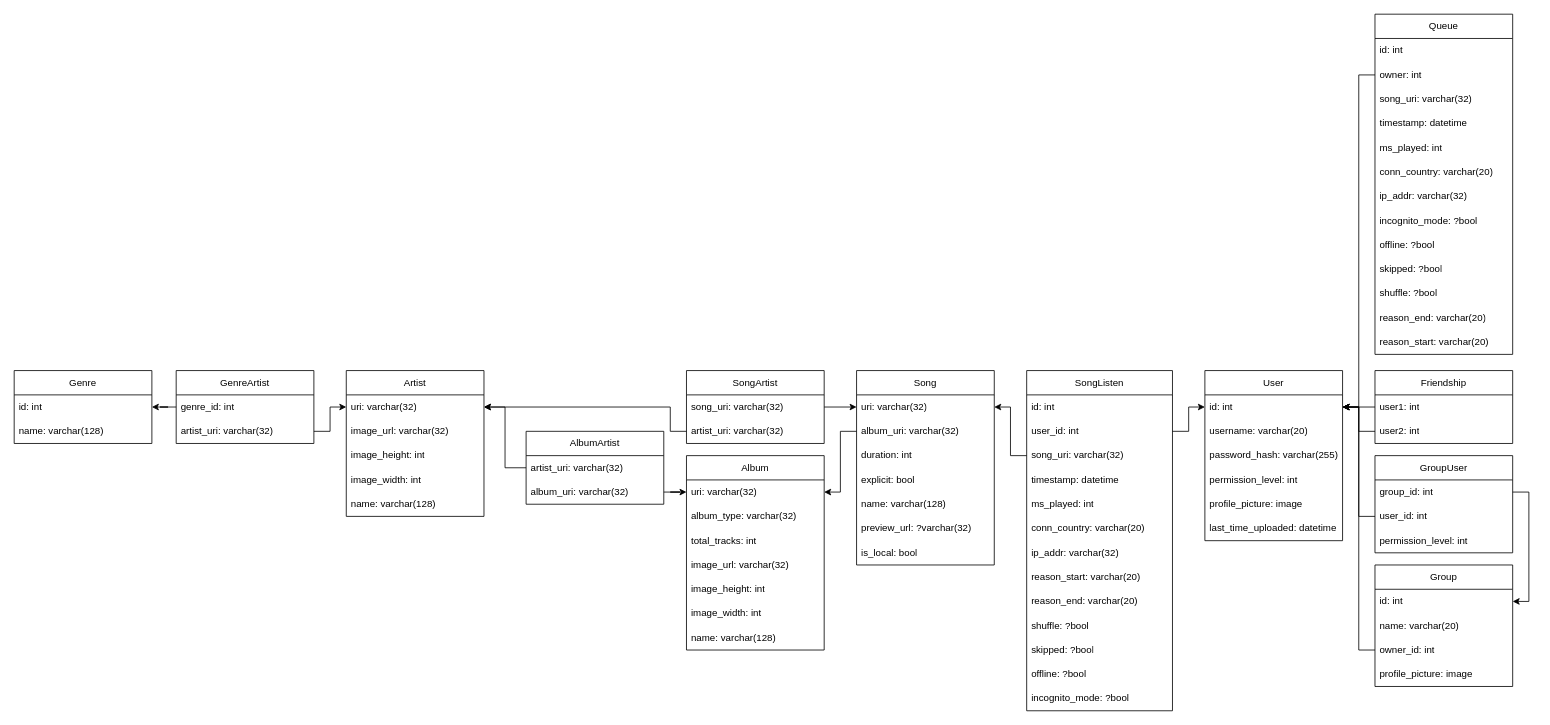
The draw.io diagram drawio/database.drawio in Zancmok/AdvancedSpotifyDataAnalyzer, before the edit. Source tidied: cells renumbered, new cells numbered last; positions are measured from the earlier drawing's top-left corner, leaving out a move shared by most shapes. Both pictures are drawn from the tidied source at 81%, with x=0, y=0 at pixel (14, 14).
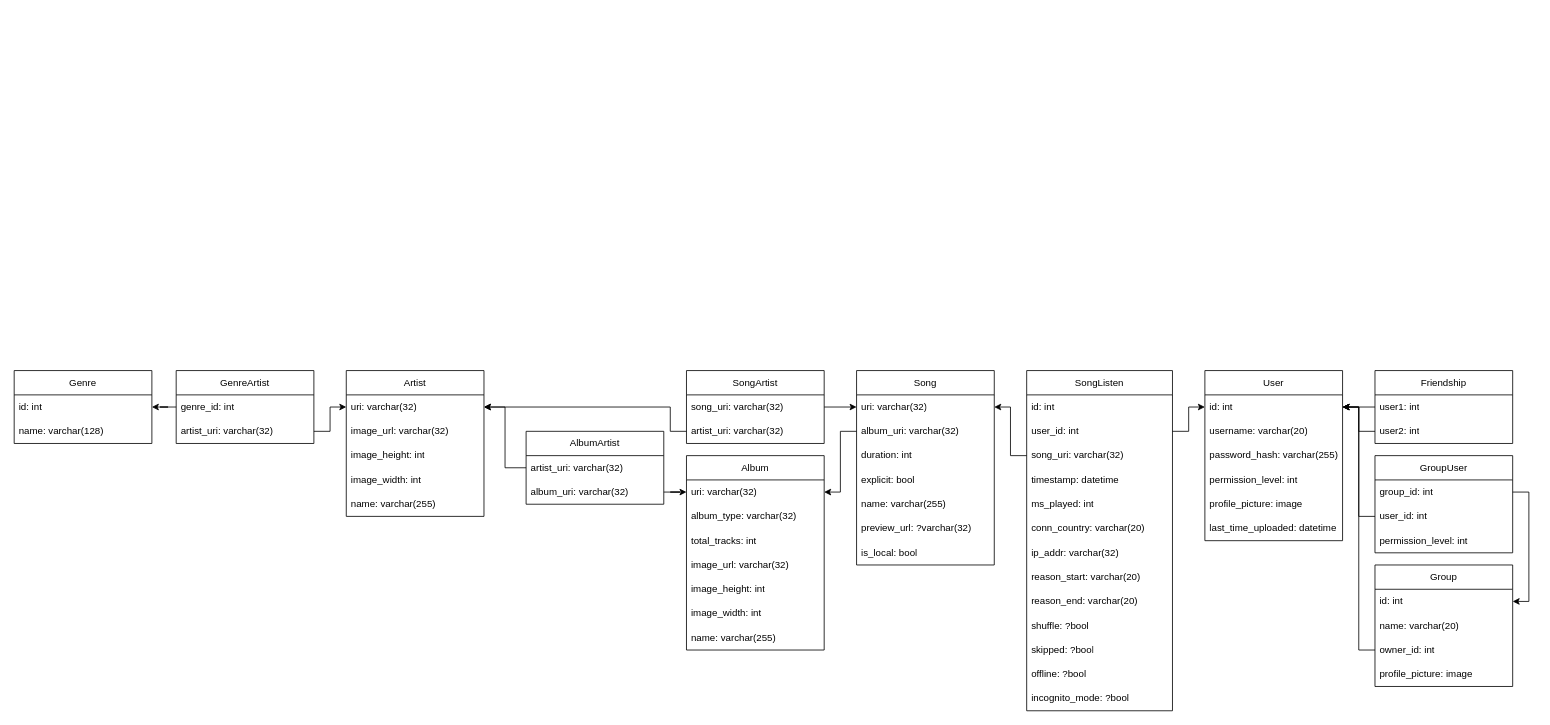
The same diagram, later.

Unchanged cells that the change refers to:
```xml
<mxCell id="3" value="id: int" style="text;strokeColor=none;fillColor=none;align=left;verticalAlign=middle;spacingLeft=4;spacingRight=4;overflow=hidden;points=[[0,0.5],[1,0.5]];portConstraint=eastwest;whiteSpace=wrap;html=1;" parent="2" vertex="1">
  <mxGeometry y="30" width="170" height="30" as="geometry" />
</mxCell>
<mxCell id="24" value="Song" style="swimlane;fontStyle=0;horizontal=1;startSize=30;whiteSpace=wrap;html=1;" parent="1" vertex="1">
  <mxGeometry x="1040" y="440" width="170" height="240" as="geometry" />
</mxCell>
<mxCell id="33" value="Album" style="swimlane;fontStyle=0;horizontal=1;startSize=30;whiteSpace=wrap;html=1;" parent="1" vertex="1">
  <mxGeometry x="830" y="545" width="170" height="240" as="geometry" />
</mxCell>
<mxCell id="42" value="Artist" style="swimlane;fontStyle=0;horizontal=1;startSize=30;whiteSpace=wrap;html=1;" parent="1" vertex="1">
  <mxGeometry x="410" y="440" width="170" height="180" as="geometry" />
</mxCell>
```

What changed in the source:
```diff
@@
-    <mxCell id="29" value="name: varchar(128)" style="text;strokeColor=none;fillColor=none;align=left;verticalAlign=middle;spacingLeft=4;spacingRight=4;overflow=hidden;whiteSpace=wrap;html=1;" parent="24" vertex="1">
+    <mxCell id="29" value="name: varchar(255)" style="text;strokeColor=none;fillColor=none;align=left;verticalAlign=middle;spacingLeft=4;spacingRight=4;overflow=hidden;whiteSpace=wrap;html=1;" parent="24" vertex="1">
       <mxGeometry y="150" width="170" height="30" as="geometry" />
     </mxCell>
@@
-    <mxCell id="40" value="name: varchar(128)" style="text;strokeColor=none;fillColor=none;align=left;verticalAlign=middle;spacingLeft=4;spacingRight=4;overflow=hidden;whiteSpace=wrap;html=1;" parent="33" vertex="1">
+    <mxCell id="40" value="name: varchar(255)" style="text;strokeColor=none;fillColor=none;align=left;verticalAlign=middle;spacingLeft=4;spacingRight=4;overflow=hidden;whiteSpace=wrap;html=1;" parent="33" vertex="1">
       <mxGeometry y="210" width="170" height="30" as="geometry" />
     </mxCell>
@@
-    <mxCell id="47" value="name: varchar(128)" style="text;strokeColor=none;fillColor=none;align=left;verticalAlign=middle;spacingLeft=4;spacingRight=4;overflow=hidden;whiteSpace=wrap;html=1;" parent="42" vertex="1">
+    <mxCell id="47" value="name: varchar(255)" style="text;strokeColor=none;fillColor=none;align=left;verticalAlign=middle;spacingLeft=4;spacingRight=4;overflow=hidden;whiteSpace=wrap;html=1;" parent="42" vertex="1">
       <mxGeometry y="150" width="170" height="30" as="geometry" />
     </mxCell>
@@
-    <mxCell id="82" value="Queue" style="swimlane;fontStyle=0;horizontal=1;startSize=30;whiteSpace=wrap;html=1;" parent="1" vertex="1">
-      <mxGeometry x="1680" width="170" height="420" as="geometry" />
-    </mxCell>
-    <mxCell id="83" value="id: int" style="text;strokeColor=none;fillColor=none;align=left;verticalAlign=middle;spacingLeft=4;spacingRight=4;overflow=hidden;whiteSpace=wrap;html=1;" parent="82" vertex="1">
-      <mxGeometry y="30" width="170" height="30" as="geometry" />
-    </mxCell>
-    <mxCell id="84" value="owner: int" style="text;strokeColor=none;fillColor=none;align=left;verticalAlign=middle;spacingLeft=4;spacingRight=4;overflow=hidden;points=[[0,0.5],[1,0.5]];portConstraint=eastwest;whiteSpace=wrap;html=1;" parent="82" vertex="1">
-      <mxGeometry y="60" width="170" height="30" as="geometry" />
-    </mxCell>
-    <mxCell id="85" value="song_uri: varchar(32)" style="text;strokeColor=none;fillColor=none;align=left;verticalAlign=middle;spacingLeft=4;spacingRight=4;overflow=hidden;whiteSpace=wrap;html=1;" parent="82" vertex="1">
-      <mxGeometry y="90" width="170" height="30" as="geometry" />
-    </mxCell>
-    <mxCell id="86" value="timestamp: datetime" style="text;strokeColor=none;fillColor=none;align=left;verticalAlign=middle;spacingLeft=4;spacingRight=4;overflow=hidden;whiteSpace=wrap;html=1;" parent="82" vertex="1">
-      <mxGeometry y="120" width="170" height="30" as="geometry" />
-    </mxCell>
-    <mxCell id="87" value="ms_played: int" style="text;strokeColor=none;fillColor=none;align=left;verticalAlign=middle;spacingLeft=4;spacingRight=4;overflow=hidden;whiteSpace=wrap;html=1;" parent="82" vertex="1">
-      <mxGeometry y="150" width="170" height="30" as="geometry" />
-    </mxCell>
-    <mxCell id="88" value="conn_country: varchar(20)" style="text;strokeColor=none;fillColor=none;align=left;verticalAlign=middle;spacingLeft=4;spacingRight=4;overflow=hidden;whiteSpace=wrap;html=1;" parent="82" vertex="1">
-      <mxGeometry y="180" width="170" height="30" as="geometry" />
-    </mxCell>
-    <mxCell id="89" value="ip_addr: varchar(32)" style="text;strokeColor=none;fillColor=none;align=left;verticalAlign=middle;spacingLeft=4;spacingRight=4;overflow=hidden;whiteSpace=wrap;html=1;" parent="82" vertex="1">
-      <mxGeometry y="210" width="170" height="30" as="geometry" />
-    </mxCell>
-    <mxCell id="90" value="incognito_mode: ?bool" style="text;strokeColor=none;fillColor=none;align=left;verticalAlign=middle;spacingLeft=4;spacingRight=4;overflow=hidden;whiteSpace=wrap;html=1;" parent="82" vertex="1">
-      <mxGeometry y="240" width="170" height="30" as="geometry" />
-    </mxCell>
-    <mxCell id="91" value="offline: ?bool" style="text;strokeColor=none;fillColor=none;align=left;verticalAlign=middle;spacingLeft=4;spacingRight=4;overflow=hidden;whiteSpace=wrap;html=1;" parent="82" vertex="1">
-      <mxGeometry y="270" width="170" height="30" as="geometry" />
-    </mxCell>
-    <mxCell id="92" value="skipped: ?bool" style="text;strokeColor=none;fillColor=none;align=left;verticalAlign=middle;spacingLeft=4;spacingRight=4;overflow=hidden;whiteSpace=wrap;html=1;" parent="82" vertex="1">
-      <mxGeometry y="300" width="170" height="30" as="geometry" />
-    </mxCell>
-    <mxCell id="93" value="shuffle: ?bool" style="text;strokeColor=none;fillColor=none;align=left;verticalAlign=middle;spacingLeft=4;spacingRight=4;overflow=hidden;whiteSpace=wrap;html=1;" parent="82" vertex="1">
-      <mxGeometry y="330" width="170" height="30" as="geometry" />
-    </mxCell>
-    <mxCell id="94" value="reason_end: varchar(20)" style="text;strokeColor=none;fillColor=none;align=left;verticalAlign=middle;spacingLeft=4;spacingRight=4;overflow=hidden;whiteSpace=wrap;html=1;" parent="82" vertex="1">
-      <mxGeometry y="360" width="170" height="30" as="geometry" />
-    </mxCell>
-    <mxCell id="95" value="reason_start: varchar(20)" style="text;strokeColor=none;fillColor=none;align=left;verticalAlign=middle;spacingLeft=4;spacingRight=4;overflow=hidden;whiteSpace=wrap;html=1;" parent="82" vertex="1">
-      <mxGeometry y="390" width="170" height="30" as="geometry" />
-    </mxCell>
-    <mxCell id="96" style="edgeStyle=orthogonalEdgeStyle;rounded=0;jettySize=auto;html=1;entryX=1;entryY=0.5;entryDx=0;entryDy=0;" parent="1" edge="1" source="84" target="3">
-      <mxGeometry relative="1" as="geometry" />
-    </mxCell>
```
